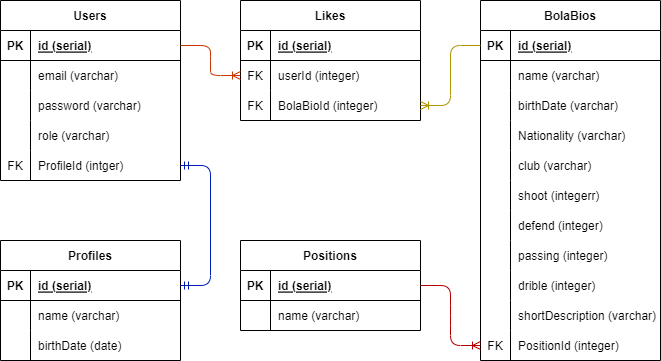
Above: ERD/schema-Super-Soccer.drawio.png in PrimalDest/Super-Soccer (draw.io), before the change. Source tidied: cells renumbered, new cells last; positions are measured from the earlier drawing's top-left corner, leaving out a move shared by most shapes.
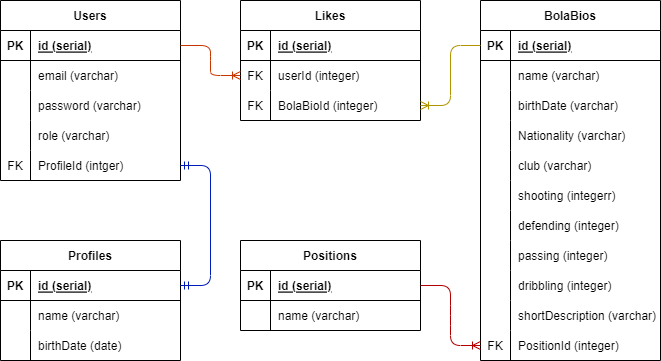
Later version of the same file.

Commit message:
Update ERD dan Migration

Diff of the diagram source:
```diff
@@ -134,7 +134,7 @@
     <mxCell id="45" style="shape=partialRectangle;fillColor=none;top=0;left=0;bottom=0;right=0;overflow=hidden;" parent="44" vertex="1">
       <mxGeometry width="30" height="30" as="geometry" />
     </mxCell>
-    <mxCell id="46" value="shoot (integerr)" style="shape=partialRectangle;fillColor=none;top=0;left=0;bottom=0;right=0;align=left;spacingLeft=6;overflow=hidden;" parent="44" vertex="1">
+    <mxCell id="46" value="shooting (integerr)" style="shape=partialRectangle;fillColor=none;top=0;left=0;bottom=0;right=0;align=left;spacingLeft=6;overflow=hidden;" parent="44" vertex="1">
       <mxGeometry x="30" width="150" height="30" as="geometry" />
     </mxCell>
     <mxCell id="47" style="shape=tableRow;horizontal=0;startSize=0;swimlaneHead=0;swimlaneBody=0;fillColor=none;top=0;left=0;right=0;bottom=0;" parent="28" vertex="1">
@@ -143,7 +143,7 @@
     <mxCell id="48" style="shape=partialRectangle;fillColor=none;top=0;left=0;bottom=0;right=0;overflow=hidden;" parent="47" vertex="1">
       <mxGeometry width="30" height="30" as="geometry" />
     </mxCell>
-    <mxCell id="49" value="defend (integer)" style="shape=partialRectangle;fillColor=none;top=0;left=0;bottom=0;right=0;align=left;spacingLeft=6;overflow=hidden;" parent="47" vertex="1">
+    <mxCell id="49" value="defending (integer)" style="shape=partialRectangle;fillColor=none;top=0;left=0;bottom=0;right=0;align=left;spacingLeft=6;overflow=hidden;" parent="47" vertex="1">
       <mxGeometry x="30" width="150" height="30" as="geometry" />
     </mxCell>
     <mxCell id="50" style="shape=tableRow;horizontal=0;startSize=0;swimlaneHead=0;swimlaneBody=0;fillColor=none;top=0;left=0;right=0;bottom=0;" parent="28" vertex="1">
@@ -161,7 +161,7 @@
     <mxCell id="54" style="shape=partialRectangle;fillColor=none;top=0;left=0;bottom=0;right=0;overflow=hidden;" parent="53" vertex="1">
       <mxGeometry width="30" height="30" as="geometry" />
     </mxCell>
-    <mxCell id="55" value="drible (integer)" style="shape=partialRectangle;fillColor=none;top=0;left=0;bottom=0;right=0;align=left;spacingLeft=6;overflow=hidden;" parent="53" vertex="1">
+    <mxCell id="55" value="dribbling (integer)" style="shape=partialRectangle;fillColor=none;top=0;left=0;bottom=0;right=0;align=left;spacingLeft=6;overflow=hidden;" parent="53" vertex="1">
       <mxGeometry x="30" width="150" height="30" as="geometry" />
     </mxCell>
     <mxCell id="56" style="shape=tableRow;horizontal=0;startSize=0;swimlaneHead=0;swimlaneBody=0;fillColor=none;top=0;left=0;right=0;bottom=0;" parent="28" vertex="1">
```
